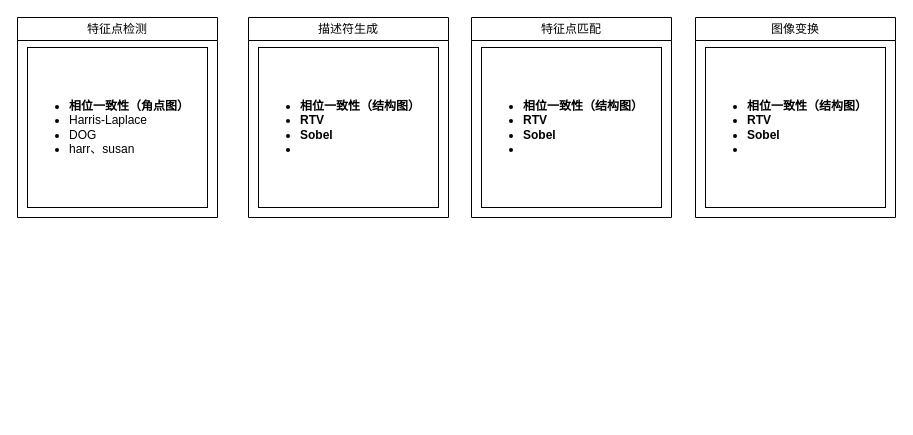
Earlier version of the draw.io diagram ExpStruct.drawio (stidyhard/draw). Source tidied: cells renumbered, new cells numbered last; positions are measured from the earlier drawing's top-left corner, leaving out a move shared by most shapes. Both pictures are drawn from the tidied source at 100%, with x=0, y=0 at pixel (17, 17).
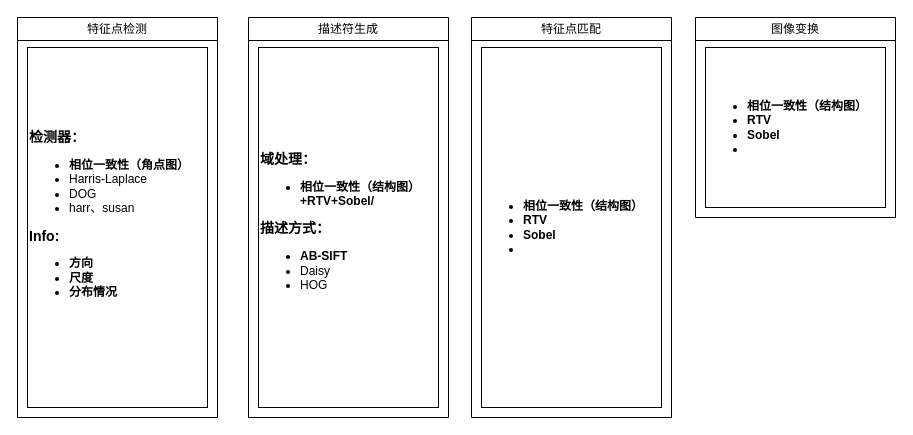
Above is the later version.

The edit, as a diff of the source:
```diff
@@
 <mxGraphModel>
   <root>
     <mxCell id="0" />
     <mxCell id="1" parent="0" />
     <mxCell id="2" value="&lt;span style=&quot;font-weight: 400;&quot;&gt;特征点检测&lt;/span&gt;" style="swimlane;whiteSpace=wrap;html=1;" parent="1" vertex="1">
-      <mxGeometry width="200" height="200" as="geometry" />
+      <mxGeometry width="200" height="400" as="geometry" />
     </mxCell>
-    <mxCell id="3" value="&lt;ul&gt;&lt;li&gt;&lt;b&gt;相位一致性（角点图）&lt;/b&gt;&lt;/li&gt;&lt;li&gt;Harris-Laplace&lt;/li&gt;&lt;li&gt;DOG&lt;/li&gt;&lt;li&gt;harr、susan&lt;/li&gt;&lt;/ul&gt;" style="rounded=0;whiteSpace=wrap;html=1;align=left;" parent="2" vertex="1">
-      <mxGeometry x="10" y="30" width="180" height="160" as="geometry" />
+    <mxCell id="3" value="&lt;div&gt;&lt;b&gt;&lt;font style=&quot;font-size: 14px;&quot;&gt;检测器：&lt;/font&gt;&lt;/b&gt;&lt;/div&gt;&lt;ul&gt;&lt;li&gt;&lt;b&gt;相位一致性（角点图）&lt;/b&gt;&lt;/li&gt;&lt;li&gt;Harris-Laplace&lt;/li&gt;&lt;li&gt;DOG&lt;/li&gt;&lt;li&gt;harr、susan&lt;/li&gt;&lt;/ul&gt;&lt;div&gt;&lt;b&gt;&lt;font style=&quot;font-size: 14px;&quot;&gt;Info:&lt;/font&gt;&lt;/b&gt;&lt;/div&gt;&lt;div&gt;&lt;ul&gt;&lt;li&gt;&lt;b&gt;方向&lt;/b&gt;&lt;/li&gt;&lt;li&gt;&lt;b&gt;尺度&lt;/b&gt;&lt;/li&gt;&lt;li&gt;&lt;b&gt;分布情况&lt;/b&gt;&lt;/li&gt;&lt;/ul&gt;&lt;/div&gt;&lt;div&gt;&lt;br&gt;&lt;/div&gt;" style="rounded=0;whiteSpace=wrap;html=1;align=left;" parent="2" vertex="1">
+      <mxGeometry x="10" y="30" width="180" height="360" as="geometry" />
     </mxCell>
     <mxCell id="4" value="&lt;span style=&quot;font-weight: 400;&quot;&gt;描述符生成&lt;/span&gt;" style="swimlane;whiteSpace=wrap;html=1;" parent="1" vertex="1">
-      <mxGeometry x="231" width="200" height="200" as="geometry" />
+      <mxGeometry x="231" width="200" height="400" as="geometry" />
     </mxCell>
-    <mxCell id="5" value="&lt;ul&gt;&lt;li&gt;&lt;b&gt;相位一致性（结构图）&lt;/b&gt;&lt;/li&gt;&lt;li&gt;&lt;b&gt;RTV&lt;/b&gt;&lt;/li&gt;&lt;li&gt;&lt;b&gt;Sobel&lt;/b&gt;&lt;/li&gt;&lt;li&gt;&lt;br&gt;&lt;/li&gt;&lt;/ul&gt;" style="rounded=0;whiteSpace=wrap;html=1;align=left;" parent="4" vertex="1">
-      <mxGeometry x="10" y="30" width="180" height="160" as="geometry" />
+    <mxCell id="5" value="&lt;div&gt;&lt;b&gt;&lt;font style=&quot;font-size: 14px;&quot;&gt;域处理：&lt;/font&gt;&lt;/b&gt;&lt;/div&gt;&lt;ul&gt;&lt;li&gt;&lt;b&gt;相位一致性（结构图）+&lt;/b&gt;&lt;b style=&quot;background-color: initial;&quot;&gt;RTV+Sobel/&lt;/b&gt;&lt;/li&gt;&lt;/ul&gt;&lt;div&gt;&lt;b&gt;&lt;font style=&quot;font-size: 14px;&quot;&gt;描述方式：&lt;/font&gt;&lt;/b&gt;&lt;/div&gt;&lt;ul&gt;&lt;li&gt;&lt;b&gt;AB-SIFT&lt;/b&gt;&lt;/li&gt;&lt;li&gt;Daisy&lt;/li&gt;&lt;li&gt;HOG&lt;/li&gt;&lt;/ul&gt;" style="rounded=0;whiteSpace=wrap;html=1;align=left;" parent="4" vertex="1">
+      <mxGeometry x="10" y="30" width="180" height="360" as="geometry" />
     </mxCell>
     <mxCell id="6" value="&lt;span style=&quot;font-weight: 400;&quot;&gt;特征点匹配&lt;/span&gt;" style="swimlane;whiteSpace=wrap;html=1;" parent="1" vertex="1">
-      <mxGeometry x="454" width="200" height="200" as="geometry" />
+      <mxGeometry x="454" width="200" height="400" as="geometry" />
     </mxCell>
     <mxCell id="7" value="&lt;ul&gt;&lt;li&gt;&lt;b&gt;相位一致性（结构图）&lt;/b&gt;&lt;/li&gt;&lt;li&gt;&lt;b&gt;RTV&lt;/b&gt;&lt;/li&gt;&lt;li&gt;&lt;b&gt;Sobel&lt;/b&gt;&lt;/li&gt;&lt;li&gt;&lt;br&gt;&lt;/li&gt;&lt;/ul&gt;" style="rounded=0;whiteSpace=wrap;html=1;align=left;" parent="6" vertex="1">
-      <mxGeometry x="10" y="30" width="180" height="160" as="geometry" />
+      <mxGeometry x="10" y="30" width="180" height="360" as="geometry" />
     </mxCell>
     <mxCell id="8" value="&lt;span style=&quot;font-weight: 400;&quot;&gt;图像变换&lt;/span&gt;" style="swimlane;whiteSpace=wrap;html=1;" parent="1" vertex="1">
       <mxGeometry x="678" width="200" height="200" as="geometry" />
     </mxCell>
     <mxCell id="9" value="&lt;ul&gt;&lt;li&gt;&lt;b&gt;相位一致性（结构图）&lt;/b&gt;&lt;/li&gt;&lt;li&gt;&lt;b&gt;RTV&lt;/b&gt;&lt;/li&gt;&lt;li&gt;&lt;b&gt;Sobel&lt;/b&gt;&lt;/li&gt;&lt;li&gt;&lt;br&gt;&lt;/li&gt;&lt;/ul&gt;" style="rounded=0;whiteSpace=wrap;html=1;align=left;" parent="8" vertex="1">
       <mxGeometry x="10" y="30" width="180" height="160" as="geometry" />
     </mxCell>
   </root>
 </mxGraphModel>
```
